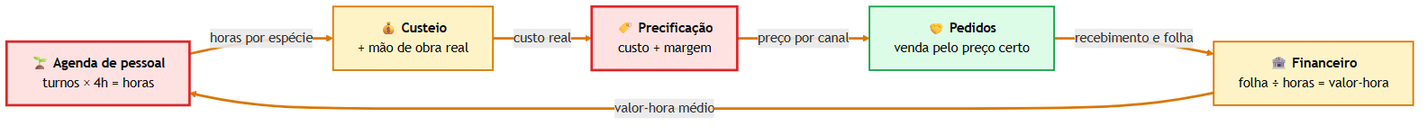
This is docs/rotinas/img/ciclo-dinheiro.png from JoaoMudar/mudar, a Mermaid export, as it was before one commit. Its source is kept beside it as docs/rotinas/img/ciclo-dinheiro.mmd. Source of this version:
```mermaid
flowchart LR
  AGE["🌱 <b>Agenda de pessoal</b><br/>turnos × 4h = horas"]
  CUS["💰 <b>Custeio</b><br/>+ mão de obra real"]
  PRE["🏷️ <b>Precificação</b><br/>custo + margem"]
  PED["🤝 <b>Pedidos</b><br/>venda pelo preço certo"]
  FIN["🏦 <b>Financeiro</b><br/>folha ÷ horas = valor-hora"]

  AGE -->|horas por espécie| CUS
  CUS -->|custo real| PRE
  PRE -->|preço por canal| PED
  PED -->|recebimento e folha| FIN
  FIN -->|valor-hora médio| AGE

  classDef ok fill:#dcfce7,stroke:#16a34a,stroke-width:2px,color:#111
  classDef meio fill:#fef3c7,stroke:#d97706,stroke-width:2px,color:#111
  classDef falta fill:#fee2e2,stroke:#dc2626,stroke-width:3px,color:#111
  class PED ok
  class CUS,FIN meio
  class AGE,PRE falta

  linkStyle 0,1,2,3,4 stroke:#d97706,stroke-width:3px
```
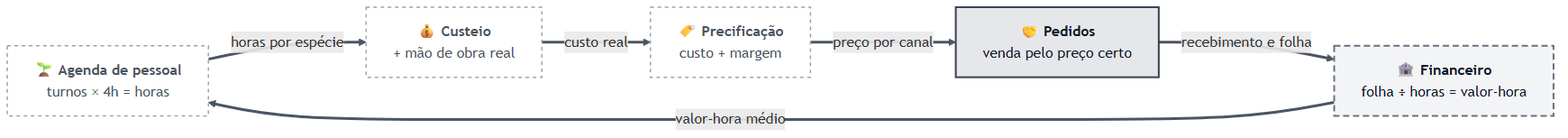
Later version of the same file.

Change to the diagram source:
```diff
@@ -13,9 +13,13 @@
 
   classDef ok fill:#dcfce7,stroke:#16a34a,stroke-width:2px,color:#111
   classDef meio fill:#fef3c7,stroke:#d97706,stroke-width:2px,color:#111
-  classDef falta fill:#fee2e2,stroke:#dc2626,stroke-width:3px,color:#111
+  classDef falta fill:#fee2e2,stroke:#dc2626,stroke-width:2px,color:#111
+  classDef grupo fill:#f8fafc,stroke:#cbd5e1,stroke-width:1px,color:#334155
+  classDef ator fill:#374151,stroke:#111827,stroke-width:2px,color:#f9fafb
+  classDef decisao fill:#e2e8f0,stroke:#475569,stroke-width:2px,color:#111
+
   class PED ok
-  class CUS,FIN meio
-  class AGE,PRE falta
+  class FIN meio
+  class AGE,CUS,PRE falta
 
   linkStyle 0,1,2,3,4 stroke:#d97706,stroke-width:3px
```
